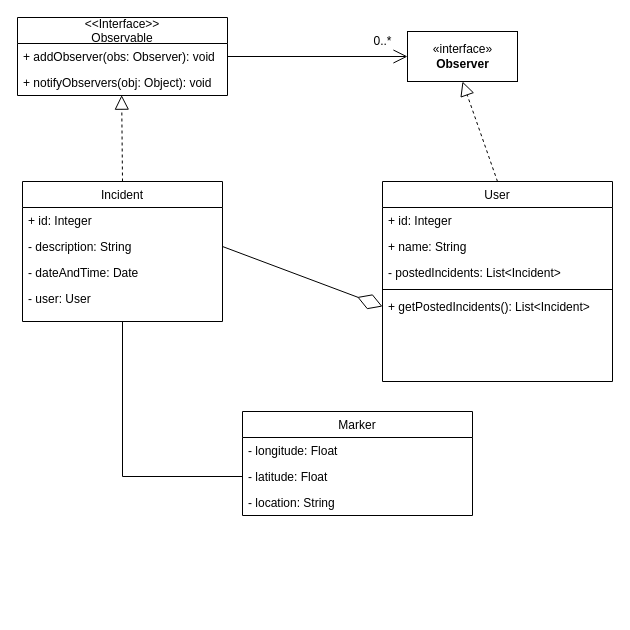
Before: docs/design/UML.drawio in kikiisong/SecurityWebApp, a draw.io diagram. Source tidied: cells renumbered, new cells numbered last; positions are measured from the earlier drawing's top-left corner, leaving out a move shared by most shapes. Both pictures are drawn from the tidied source at 100%, with x=0, y=0 at pixel (17, 17).
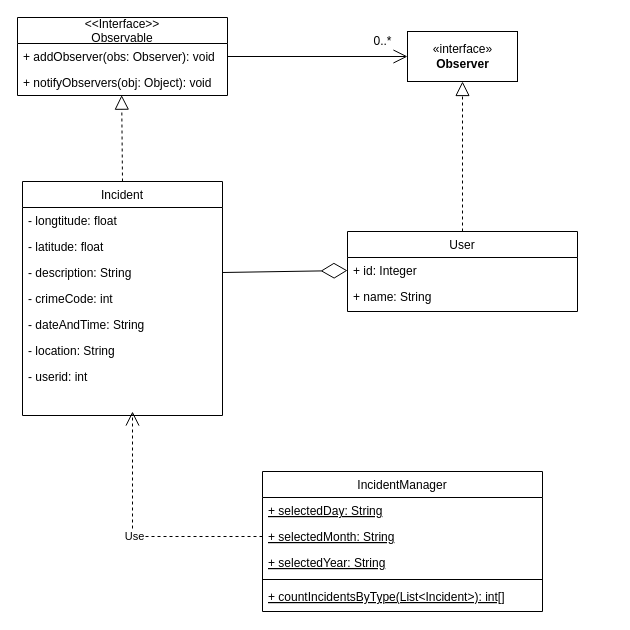
Above is the later version.

Commit message (it also covers changes not shown here):
update class diagram

The change refers to these unchanged cells:
```xml
<mxCell id="3" value="+ id: Integer" style="text;align=left;verticalAlign=top;spacingLeft=4;spacingRight=4;overflow=hidden;points=[[0,0.5],[1,0.5]];portConstraint=eastwest;rounded=0;shadow=0;html=0;" parent="2" vertex="1">
  <mxGeometry y="26" width="230" height="26" as="geometry" />
</mxCell>
```

What changed in the source:
```diff
@@
     <mxCell id="2" value="User" style="swimlane;fontStyle=0;align=center;verticalAlign=top;horizontal=1;startSize=26;rounded=0;shadow=0;strokeWidth=1;" parent="1" vertex="1">
-      <mxGeometry x="365" y="164" width="230" height="200" as="geometry" />
+      <mxGeometry x="330" y="214" width="230" height="80" as="geometry" />
     </mxCell>
@@
-    <mxCell id="5" value="- postedIncidents: List&lt;Incident&gt;" style="text;strokeColor=none;fillColor=none;align=left;verticalAlign=top;spacingLeft=4;spacingRight=4;overflow=hidden;" parent="2" vertex="1">
-      <mxGeometry y="78" width="230" height="26" as="geometry" />
-    </mxCell>
-    <mxCell id="6" style="line;html=1;strokeWidth=1;align=left;verticalAlign=middle;spacingTop=-1;spacingLeft=3;spacingRight=3;labelPosition=right;" parent="2" vertex="1">
-      <mxGeometry y="104" width="230" height="8" as="geometry" />
-    </mxCell>
-    <mxCell id="7" value="+ getPostedIncidents(): List&lt;Incident&gt;" style="text;strokeColor=none;fillColor=none;align=left;verticalAlign=top;spacingLeft=4;spacingRight=4;overflow=hidden;points=[[0,0.5],[1,0.5]];portConstraint=eastwest;" parent="2" vertex="1">
-      <mxGeometry y="112" width="230" height="26" as="geometry" />
-    </mxCell>
     <mxCell id="8" value="Incident" style="swimlane;fontStyle=0;align=center;verticalAlign=top;horizontal=1;startSize=26;rounded=0;shadow=0;strokeWidth=1;" parent="1" vertex="1">
-      <mxGeometry x="5" y="164" width="200" height="140" as="geometry" />
+      <mxGeometry x="5" y="164" width="200" height="234" as="geometry" />
     </mxCell>
+    <mxCell id="27" value="- longtitude: float" style="text;strokeColor=none;fillColor=none;align=left;verticalAlign=top;spacingLeft=4;spacingRight=4;overflow=hidden;" parent="8" vertex="1">
+      <mxGeometry y="26" width="200" height="26" as="geometry" />
+    </mxCell>
+    <mxCell id="28" value="- latitude: float" style="text;strokeColor=none;fillColor=none;align=left;verticalAlign=top;spacingLeft=4;spacingRight=4;overflow=hidden;" parent="8" vertex="1">
+      <mxGeometry y="52" width="200" height="26" as="geometry" />
+    </mxCell>
+    <mxCell id="10" value="- description: String" style="text;align=left;verticalAlign=top;spacingLeft=4;spacingRight=4;overflow=hidden;points=[[0,0.5],[1,0.5]];portConstraint=eastwest;rounded=0;shadow=0;html=0;" parent="8" vertex="1">
+      <mxGeometry y="78" width="200" height="26" as="geometry" />
+    </mxCell>
+    <mxCell id="29" value="- crimeCode: int" style="text;strokeColor=none;fillColor=none;align=left;verticalAlign=top;spacingLeft=4;spacingRight=4;overflow=hidden;" parent="8" vertex="1">
+      <mxGeometry y="104" width="200" height="26" as="geometry" />
+    </mxCell>
+    <mxCell id="11" value="- dateAndTime: String" style="text;align=left;verticalAlign=top;spacingLeft=4;spacingRight=4;overflow=hidden;rounded=0;shadow=0;html=0;" parent="8" vertex="1">
+      <mxGeometry y="130" width="200" height="26" as="geometry" />
+    </mxCell>
+    <mxCell id="25" value="- location: String" style="text;strokeColor=none;fillColor=none;align=left;verticalAlign=top;spacingLeft=4;spacingRight=4;overflow=hidden;" parent="8" vertex="1">
+      <mxGeometry y="156" width="200" height="26" as="geometry" />
+    </mxCell>
-    <mxCell id="9" value="+ id: Integer" style="text;align=left;verticalAlign=top;spacingLeft=4;spacingRight=4;overflow=hidden;" parent="8" vertex="1">
-      <mxGeometry y="26" width="200" height="26" as="geometry" />
+    <mxCell id="9" value="- userid: int" style="text;align=left;verticalAlign=top;spacingLeft=4;spacingRight=4;overflow=hidden;" parent="8" vertex="1">
+      <mxGeometry y="182" width="200" height="26" as="geometry" />
     </mxCell>
-    <mxCell id="10" value="- description: String" style="text;align=left;verticalAlign=top;spacingLeft=4;spacingRight=4;overflow=hidden;points=[[0,0.5],[1,0.5]];portConstraint=eastwest;rounded=0;shadow=0;html=0;" parent="8" vertex="1">
-      <mxGeometry y="52" width="200" height="26" as="geometry" />
-    </mxCell>
-    <mxCell id="11" value="- dateAndTime: Date" style="text;align=left;verticalAlign=top;spacingLeft=4;spacingRight=4;overflow=hidden;rounded=0;shadow=0;html=0;" parent="8" vertex="1">
-      <mxGeometry y="78" width="200" height="26" as="geometry" />
-    </mxCell>
-    <mxCell id="12" value="- user: User" style="text;align=left;verticalAlign=top;spacingLeft=4;spacingRight=4;overflow=hidden;rounded=0;shadow=0;html=0;" parent="8" vertex="1">
-      <mxGeometry y="104" width="200" height="26" as="geometry" />
-    </mxCell>
@@
-    <mxCell id="21" style="endArrow=diamondThin;endFill=0;endSize=24;html=1;rounded=0;exitX=1;exitY=0.5;exitDx=0;exitDy=0;entryX=0;entryY=0.5;entryDx=0;entryDy=0;" parent="1" edge="1" source="10" target="7">
+    <mxCell id="21" style="endArrow=diamondThin;endFill=0;endSize=24;html=1;rounded=0;exitX=1;exitY=0.5;exitDx=0;exitDy=0;entryX=0;entryY=0.5;entryDx=0;entryDy=0;" parent="1" edge="1" source="10" target="3">
       <mxGeometry relative="1" as="geometry" />
     </mxCell>
-    <mxCell id="22" value="Marker" style="swimlane;fontStyle=0;align=center;verticalAlign=top;horizontal=1;startSize=26;rounded=0;shadow=0;strokeWidth=1;" parent="1" vertex="1">
-      <mxGeometry x="225" y="394" width="230" height="104" as="geometry" />
-    </mxCell>
-    <mxCell id="23" value="- longitude: Float" style="text;align=left;verticalAlign=top;spacingLeft=4;spacingRight=4;overflow=hidden;rounded=0;shadow=0;html=0;" parent="22" vertex="1">
-      <mxGeometry y="26" width="230" height="26" as="geometry" />
-    </mxCell>
-    <mxCell id="24" value="- latitude: Float" style="text;align=left;verticalAlign=top;spacingLeft=4;spacingRight=4;overflow=hidden;points=[[0,0.5],[1,0.5]];portConstraint=eastwest;rounded=0;shadow=0;html=0;" parent="22" vertex="1">
-      <mxGeometry y="52" width="230" height="26" as="geometry" />
-    </mxCell>
-    <mxCell id="25" value="- location: String" style="text;align=left;verticalAlign=top;spacingLeft=4;spacingRight=4;overflow=hidden;rounded=0;shadow=0;html=0;" parent="22" vertex="1">
-      <mxGeometry y="78" width="230" height="26" as="geometry" />
-    </mxCell>
-    <mxCell id="26" style="endArrow=none;html=1;rounded=0;entryX=0.5;entryY=1;entryDx=0;entryDy=0;exitX=0;exitY=0.5;exitDx=0;exitDy=0;" parent="1" edge="1" source="24" target="8">
-      <mxGeometry relative="1" as="geometry">
-        <Array as="points">
-          <mxPoint x="105" y="459" />
-        </Array>
-      </mxGeometry>
-    </mxCell>
+    <mxCell id="30" value="IncidentManager" style="swimlane;fontStyle=0;align=center;verticalAlign=top;horizontal=1;startSize=26;rounded=0;shadow=0;strokeWidth=1;" parent="1" vertex="1">
+      <mxGeometry x="245" y="454" width="280" height="140" as="geometry" />
+    </mxCell>
+    <mxCell id="31" value="+ selectedDay: String" style="text;align=left;verticalAlign=top;spacingLeft=4;spacingRight=4;overflow=hidden;fontStyle=4;" parent="30" vertex="1">
+      <mxGeometry y="26" width="280" height="26" as="geometry" />
+    </mxCell>
+    <mxCell id="32" value="+ selectedMonth: String" style="text;align=left;verticalAlign=top;spacingLeft=4;spacingRight=4;overflow=hidden;rounded=0;shadow=0;html=0;fontStyle=4;" parent="30" vertex="1">
+      <mxGeometry y="52" width="280" height="26" as="geometry" />
+    </mxCell>
+    <mxCell id="33" value="+ selectedYear: String" style="text;align=left;verticalAlign=top;spacingLeft=4;spacingRight=4;overflow=hidden;rounded=0;shadow=0;html=0;fontStyle=4;" parent="30" vertex="1">
+      <mxGeometry y="78" width="280" height="26" as="geometry" />
+    </mxCell>
+    <mxCell id="34" style="line;strokeWidth=1;fillColor=none;align=left;verticalAlign=middle;spacingTop=-1;spacingLeft=3;spacingRight=3;labelPosition=right;" parent="30" vertex="1">
+      <mxGeometry y="104" width="280" height="8" as="geometry" />
+    </mxCell>
+    <mxCell id="35" value="+ countIncidentsByType(List&lt;Incident&gt;): int[]" style="text;strokeColor=none;fillColor=none;align=left;verticalAlign=top;spacingLeft=4;spacingRight=4;overflow=hidden;fontStyle=4;" parent="30" vertex="1">
+      <mxGeometry y="112" width="280" height="26" as="geometry" />
+    </mxCell>
+    <mxCell id="36" value="Use" style="endArrow=open;endSize=12;dashed=1;html=1;rounded=0;" parent="1" edge="1">
+      <mxGeometry relative="1" as="geometry">
+        <mxPoint x="245" y="519" as="sourcePoint" />
+        <mxPoint x="115" y="394" as="targetPoint" />
+        <Array as="points">
+          <mxPoint x="115" y="519" />
+        </Array>
+      </mxGeometry>
+    </mxCell>
```
